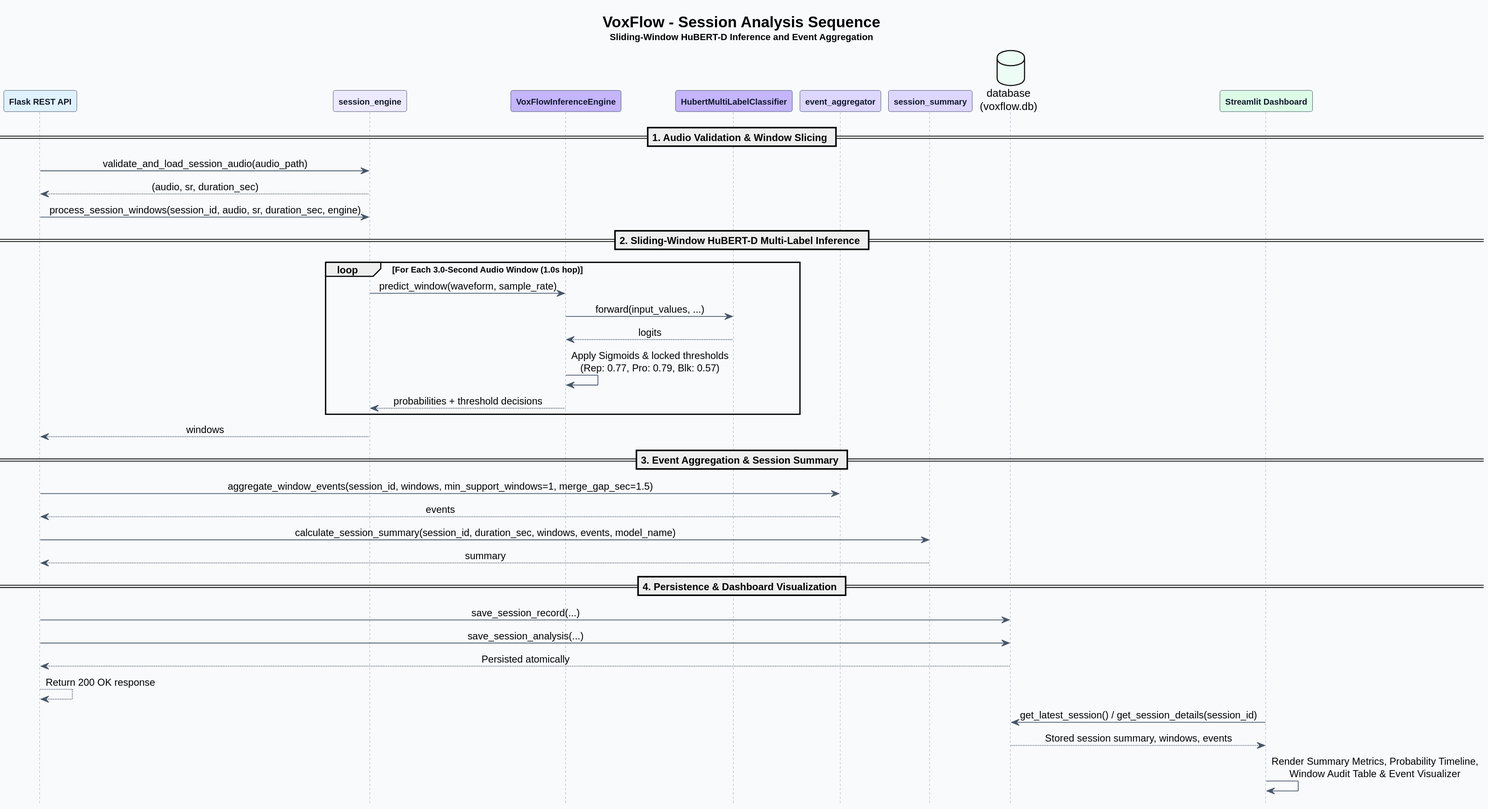
PetaSivaNandhanReddy/voxflow keeps this PlantUML diagram as VoxFlow_uml/VoxFlow_uml/png/uml/04_prediction_sequence.svg. Above is the earlier version. Source of this version:
```plantuml
@startuml
title <size:20><b>VoxFlow - Session Analysis Sequence</b></size>\n<size:12>Sliding-Window HuBERT-D Inference and Event Aggregation</size>

hide footbox

skinparam backgroundColor #F8FAFC
skinparam shadowing false
skinparam dpi 170

skinparam sequence {
    ArrowColor #475569
    LifeLineBorderColor #94A3B8
    LifeLineBackgroundColor #F8FAFC

    ParticipantBorderColor #334155
    ParticipantBackgroundColor #FFFFFF
    ParticipantFontColor #0F172A
    ParticipantFontStyle bold

    ActorBorderColor #334155
    ActorBackgroundColor #DBEAFE
    ActorFontColor #0F172A
    ActorFontStyle bold
}

skinparam participant {
    FontSize 11
}

skinparam sequenceMessageAlign center

participant "Flask REST API" as API #E0F2FE
participant "session_engine" as Engine #EDE9FE
participant "VoxFlowInferenceEngine" as InfEngine #C4B5FD
participant "HubertMultiLabelClassifier" as HubertModel #C4B5FD
participant "event_aggregator" as Aggregator #DDD6FE
participant "session_summary" as Summary #DDD6FE
database "database\n(voxflow.db)" as DB #ECFDF5
participant "Streamlit Dashboard" as UI #DCFCE7

== 1. Audio Validation & Window Slicing ==

API -> Engine : validate_and_load_session_audio(audio_path)
Engine --> API : (audio, sr, duration_sec)

API -> Engine : process_session_windows(session_id, audio, sr, duration_sec, engine)

== 2. Sliding-Window HuBERT-D Multi-Label Inference ==

loop For Each 3.0-Second Audio Window (1.0s hop)
    Engine -> InfEngine : predict_window(waveform, sample_rate)
    InfEngine -> HubertModel : forward(input_values, ...)
    HubertModel --> InfEngine : logits
    InfEngine -> InfEngine : Apply Sigmoids & locked thresholds\n(Rep: 0.77, Pro: 0.79, Blk: 0.57)
    InfEngine --> Engine : probabilities + threshold decisions
end

Engine --> API : windows

== 3. Event Aggregation & Session Summary ==

API -> Aggregator : aggregate_window_events(session_id, windows, min_support_windows=1, merge_gap_sec=1.5)
Aggregator --> API : events

API -> Summary : calculate_session_summary(session_id, duration_sec, windows, events, model_name)
Summary --> API : summary

== 4. Persistence & Dashboard Visualization ==

API -> DB : save_session_record(...)
API -> DB : save_session_analysis(...)
DB --> API : Persisted atomically

API --> API : Return 200 OK response

UI -> DB : get_latest_session() / get_session_details(session_id)
DB --> UI : Stored session summary, windows, events
UI -> UI : Render Summary Metrics, Probability Timeline,\nWindow Audit Table & Event Visualizer
@enduml
```
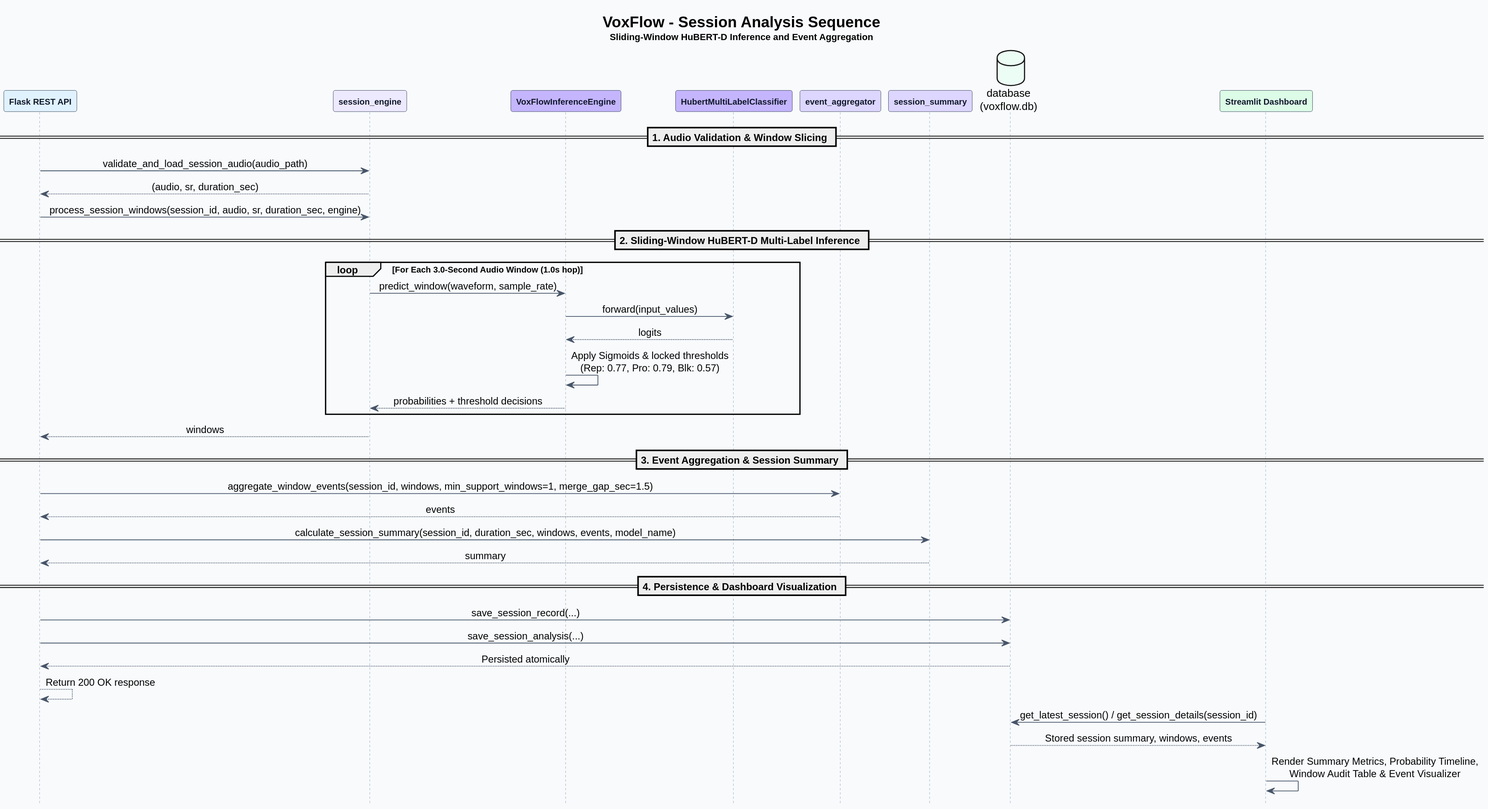
The same file after the commit.

Change to the diagram source:
```diff
@@ -49,7 +49,7 @@
 
 loop For Each 3.0-Second Audio Window (1.0s hop)
     Engine -> InfEngine : predict_window(waveform, sample_rate)
-    InfEngine -> HubertModel : forward(input_values, ...)
+    InfEngine -> HubertModel : forward(input_values)
     HubertModel --> InfEngine : logits
     InfEngine -> InfEngine : Apply Sigmoids & locked thresholds\n(Rep: 0.77, Pro: 0.79, Blk: 0.57)
     InfEngine --> Engine : probabilities + threshold decisions
```
